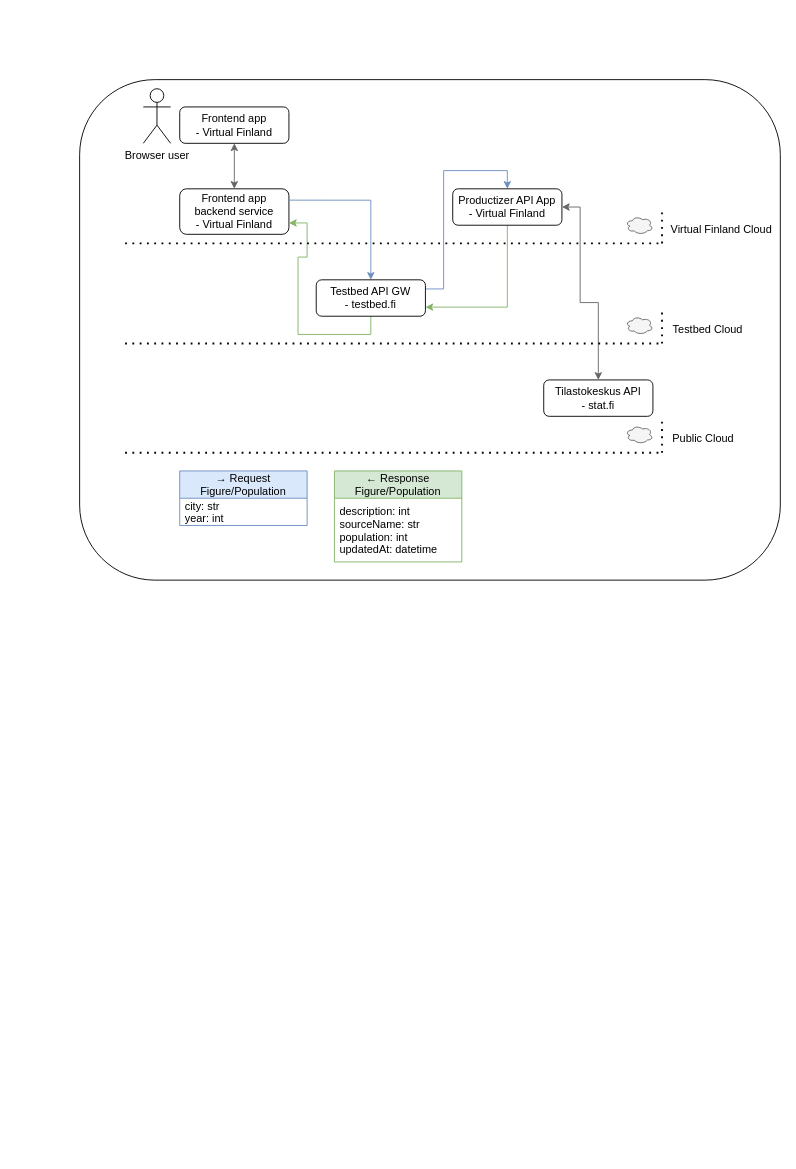
The draw.io diagram docs/test-productizer-testbed-final.drawio in Virtual-Finland-Development/test-productizer, before the edit. Source tidied: cells renumbered, new cells numbered last; positions are measured from the earlier drawing's top-left corner, leaving out a move shared by most shapes. Both pictures are drawn from the tidied source at 91%, with x=0, y=0 at pixel (79, 79).
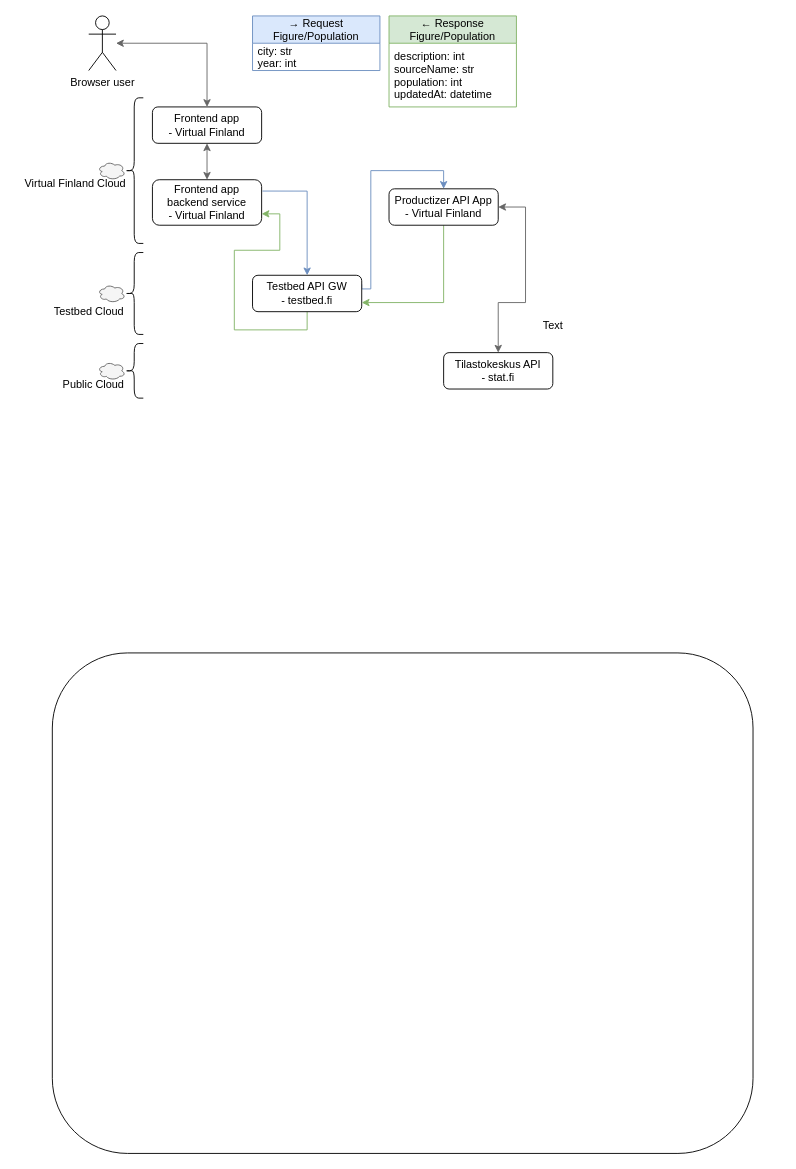
Above is the later version.

The edit, as a diff of the source:
```diff
@@
     <mxCell id="2" style="rounded=1;whiteSpace=wrap;html=1;" parent="1" vertex="1">
-      <mxGeometry width="770" height="550" as="geometry" />
+      <mxGeometry x="-30" y="630" width="770" height="550" as="geometry" />
     </mxCell>
     <mxCell id="3" value="Frontend app&lt;br&gt;- Virtual Finland" style="rounded=1;whiteSpace=wrap;html=1;" parent="1" vertex="1">
-      <mxGeometry x="110" y="30" width="120" height="40" as="geometry" />
+      <mxGeometry x="80" y="30" width="120" height="40" as="geometry" />
     </mxCell>
+    <mxCell id="31" style="edgeStyle=orthogonalEdgeStyle;rounded=0;jettySize=auto;html=1;entryX=0.5;entryY=0;entryDx=0;entryDy=0;startArrow=classic;startFill=1;fillColor=#f5f5f5;strokeColor=#666666;" parent="1" edge="1" source="4" target="3">
+      <mxGeometry relative="1" as="geometry" />
+    </mxCell>
     <mxCell id="4" value="Browser user" style="shape=umlActor;verticalLabelPosition=bottom;verticalAlign=top;html=1;outlineConnect=0;" parent="1" vertex="1">
-      <mxGeometry x="70" y="10" width="30" height="60" as="geometry" />
+      <mxGeometry x="10" y="-70" width="30" height="60" as="geometry" />
     </mxCell>
@@
     <mxCell id="6" value="Frontend app&lt;br&gt;backend service&lt;br&gt;- Virtual Finland" style="rounded=1;whiteSpace=wrap;html=1;" parent="1" vertex="1">
-      <mxGeometry x="110" y="120" width="120" height="50" as="geometry" />
+      <mxGeometry x="80" y="110" width="120" height="50" as="geometry" />
     </mxCell>
@@
     <mxCell id="8" style="edgeStyle=orthogonalEdgeStyle;rounded=0;jettySize=auto;html=1;entryX=0.5;entryY=0;entryDx=0;entryDy=0;exitX=1;exitY=0.25;exitDx=0;exitDy=0;fillColor=#dae8fc;strokeColor=#6c8ebf;" parent="1" edge="1" source="10" target="13">
       <mxGeometry relative="1" as="geometry">
         <Array as="points">
-          <mxPoint x="400" y="230" />
+          <mxPoint x="310" y="230" />
+          <mxPoint x="320" y="230" />
+          <mxPoint x="320" y="100" />
           <mxPoint x="400" y="100" />
-          <mxPoint x="470" y="100" />
         </Array>
       </mxGeometry>
     </mxCell>
@@
     <mxCell id="10" value="Testbed API GW&lt;br&gt;- testbed.fi" style="rounded=1;whiteSpace=wrap;html=1;" parent="1" vertex="1">
-      <mxGeometry x="260" y="220" width="120" height="40" as="geometry" />
+      <mxGeometry x="190" y="215" width="120" height="40" as="geometry" />
     </mxCell>
     <mxCell id="11" style="edgeStyle=orthogonalEdgeStyle;rounded=0;jettySize=auto;html=1;entryX=0.5;entryY=0;entryDx=0;entryDy=0;startArrow=classic;startFill=1;fillColor=#f5f5f5;strokeColor=#666666;" parent="1" edge="1" source="13" target="14">
       <mxGeometry relative="1" as="geometry">
         <Array as="points">
-          <mxPoint x="550" y="140" />
-          <mxPoint x="550" y="245" />
-          <mxPoint x="570" y="245" />
+          <mxPoint x="490" y="140" />
+          <mxPoint x="490" y="245" />
+          <mxPoint x="460" y="245" />
         </Array>
       </mxGeometry>
     </mxCell>
     <mxCell id="12" style="edgeStyle=orthogonalEdgeStyle;rounded=0;jettySize=auto;html=1;entryX=1;entryY=0.75;entryDx=0;entryDy=0;startArrow=none;startFill=0;fillColor=#d5e8d4;strokeColor=#82b366;" parent="1" edge="1" source="13" target="10">
       <mxGeometry relative="1" as="geometry">
         <Array as="points">
-          <mxPoint x="470" y="250" />
+          <mxPoint x="400" y="245" />
         </Array>
       </mxGeometry>
     </mxCell>
     <mxCell id="13" value="Productizer API App&lt;br&gt;- Virtual Finland" style="rounded=1;whiteSpace=wrap;html=1;" parent="1" vertex="1">
-      <mxGeometry x="410" y="120" width="120" height="40" as="geometry" />
+      <mxGeometry x="340" y="120" width="120" height="40" as="geometry" />
     </mxCell>
     <mxCell id="14" value="Tilastokeskus API&lt;br&gt;- stat.fi" style="rounded=1;whiteSpace=wrap;html=1;" parent="1" vertex="1">
-      <mxGeometry x="510" y="330" width="120" height="40" as="geometry" />
+      <mxGeometry x="400" y="300" width="120" height="40" as="geometry" />
     </mxCell>
-    <mxCell id="15" style="endArrow=none;dashed=1;html=1;dashPattern=1 3;strokeWidth=2;rounded=0;" parent="1" edge="1">
-      <mxGeometry relative="1" as="geometry">
-        <mxPoint x="50" y="180" as="sourcePoint" />
-        <mxPoint x="640" y="180" as="targetPoint" />
-      </mxGeometry>
-    </mxCell>
-    <mxCell id="16" style="endArrow=none;dashed=1;html=1;dashPattern=1 3;strokeWidth=2;rounded=0;" parent="1" edge="1">
-      <mxGeometry relative="1" as="geometry">
-        <mxPoint x="50" y="290" as="sourcePoint" />
-        <mxPoint x="640" y="290" as="targetPoint" />
-      </mxGeometry>
-    </mxCell>
-    <mxCell id="17" style="endArrow=none;dashed=1;html=1;dashPattern=1 3;strokeWidth=2;rounded=0;" parent="1" edge="1">
-      <mxGeometry relative="1" as="geometry">
-        <mxPoint x="640" y="180" as="sourcePoint" />
-        <mxPoint x="640" y="140" as="targetPoint" />
-      </mxGeometry>
-    </mxCell>
-    <mxCell id="18" style="endArrow=none;dashed=1;html=1;dashPattern=1 3;strokeWidth=2;rounded=0;" parent="1" edge="1">
-      <mxGeometry relative="1" as="geometry">
-        <mxPoint x="640" y="290" as="sourcePoint" />
-        <mxPoint x="640" y="250" as="targetPoint" />
-      </mxGeometry>
-    </mxCell>
-    <mxCell id="19" style="endArrow=none;dashed=1;html=1;dashPattern=1 3;strokeWidth=2;rounded=0;" parent="1" edge="1">
-      <mxGeometry relative="1" as="geometry">
-        <mxPoint x="50" y="410" as="sourcePoint" />
-        <mxPoint x="640" y="410" as="targetPoint" />
-      </mxGeometry>
-    </mxCell>
-    <mxCell id="20" style="endArrow=none;dashed=1;html=1;dashPattern=1 3;strokeWidth=2;rounded=0;" parent="1" edge="1">
-      <mxGeometry relative="1" as="geometry">
-        <mxPoint x="640" y="410" as="sourcePoint" />
-        <mxPoint x="640" y="370" as="targetPoint" />
-      </mxGeometry>
-    </mxCell>
     <mxCell id="21" value="Virtual Finland Cloud" style="text;html=1;align=center;verticalAlign=middle;strokeColor=none;fillColor=none;" parent="1" vertex="1">
-      <mxGeometry x="640" y="150" width="130" height="30" as="geometry" />
+      <mxGeometry x="-70" y="100" width="130" height="30" as="geometry" />
     </mxCell>
     <mxCell id="22" value="Testbed Cloud" style="text;html=1;align=center;verticalAlign=middle;strokeColor=none;fillColor=none;" parent="1" vertex="1">
-      <mxGeometry x="640" y="260" width="100" height="30" as="geometry" />
+      <mxGeometry x="-40" y="240" width="100" height="30" as="geometry" />
     </mxCell>
     <mxCell id="23" value="Public Cloud" style="text;html=1;align=center;verticalAlign=middle;strokeColor=none;fillColor=none;" parent="1" vertex="1">
-      <mxGeometry x="640" y="380" width="90" height="30" as="geometry" />
+      <mxGeometry x="-30" y="320" width="90" height="30" as="geometry" />
     </mxCell>
     <mxCell id="24" value="→ Request&#10;Figure/Population" style="swimlane;fontStyle=0;horizontal=1;startSize=30;fillColor=#dae8fc;strokeColor=#6c8ebf;" parent="1" vertex="1">
-      <mxGeometry x="110" y="430" width="140" height="60" as="geometry" />
+      <mxGeometry x="190" y="-70" width="140" height="60" as="geometry" />
     </mxCell>
@@
     <mxCell id="26" value="← Response&#10;Figure/Population" style="swimlane;fontStyle=0;horizontal=1;startSize=30;fillColor=#d5e8d4;strokeColor=#82b366;" parent="1" vertex="1">
-      <mxGeometry x="280" y="430" width="140" height="100" as="geometry" />
+      <mxGeometry x="340" y="-70" width="140" height="100" as="geometry" />
     </mxCell>
@@
     <mxCell id="28" style="ellipse;shape=cloud;whiteSpace=wrap;html=1;fillColor=#f5f5f5;fontColor=#333333;strokeColor=#666666;" parent="1" vertex="1">
-      <mxGeometry x="600" y="150" width="30" height="20" as="geometry" />
+      <mxGeometry x="20" y="90" width="30" height="20" as="geometry" />
     </mxCell>
     <mxCell id="29" style="ellipse;shape=cloud;whiteSpace=wrap;html=1;fillColor=#f5f5f5;fontColor=#333333;strokeColor=#666666;" parent="1" vertex="1">
-      <mxGeometry x="600" y="260" width="30" height="20" as="geometry" />
+      <mxGeometry x="20" y="225" width="30" height="20" as="geometry" />
     </mxCell>
     <mxCell id="30" style="ellipse;shape=cloud;whiteSpace=wrap;html=1;fillColor=#f5f5f5;fontColor=#333333;strokeColor=#666666;" parent="1" vertex="1">
-      <mxGeometry x="600" y="380" width="30" height="20" as="geometry" />
+      <mxGeometry x="20" y="310" width="30" height="20" as="geometry" />
     </mxCell>
+    <mxCell id="32" style="shape=curlyBracket;whiteSpace=wrap;html=1;rounded=1;" parent="1" vertex="1">
+      <mxGeometry x="50" y="190" width="20" height="90" as="geometry" />
+    </mxCell>
+    <mxCell id="33" style="shape=curlyBracket;whiteSpace=wrap;html=1;rounded=1;" parent="1" vertex="1">
+      <mxGeometry x="50" y="20" width="20" height="160" as="geometry" />
+    </mxCell>
+    <mxCell id="34" style="shape=curlyBracket;whiteSpace=wrap;html=1;rounded=1;" parent="1" vertex="1">
+      <mxGeometry x="50" y="290" width="20" height="60" as="geometry" />
+    </mxCell>
+    <mxCell id="35" value="Text" style="text;html=1;align=center;verticalAlign=middle;strokeColor=none;fillColor=none;" parent="1" vertex="1">
+      <mxGeometry x="500" y="260" width="40" height="20" as="geometry" />
+    </mxCell>
```
